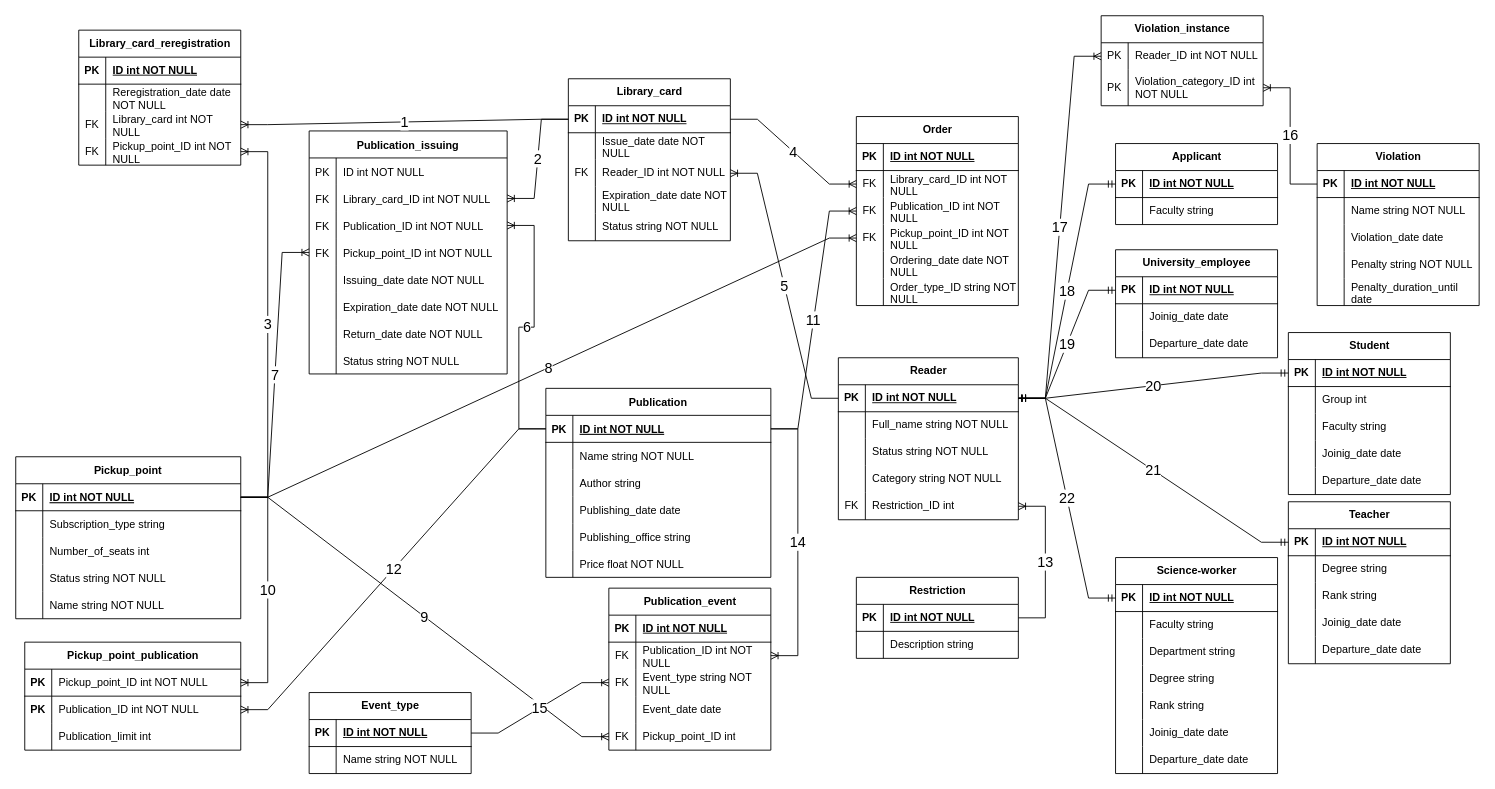
This is university_library_project/er-model.drawio from helttek/nsu, a draw.io file, before an edit. Source tidied: cells renumbered, new cells numbered last; positions are measured from the earlier drawing's top-left corner, leaving out a move shared by most shapes. Both pictures are drawn from the tidied source at 90%, with x=0, y=0 at pixel (15, 15).
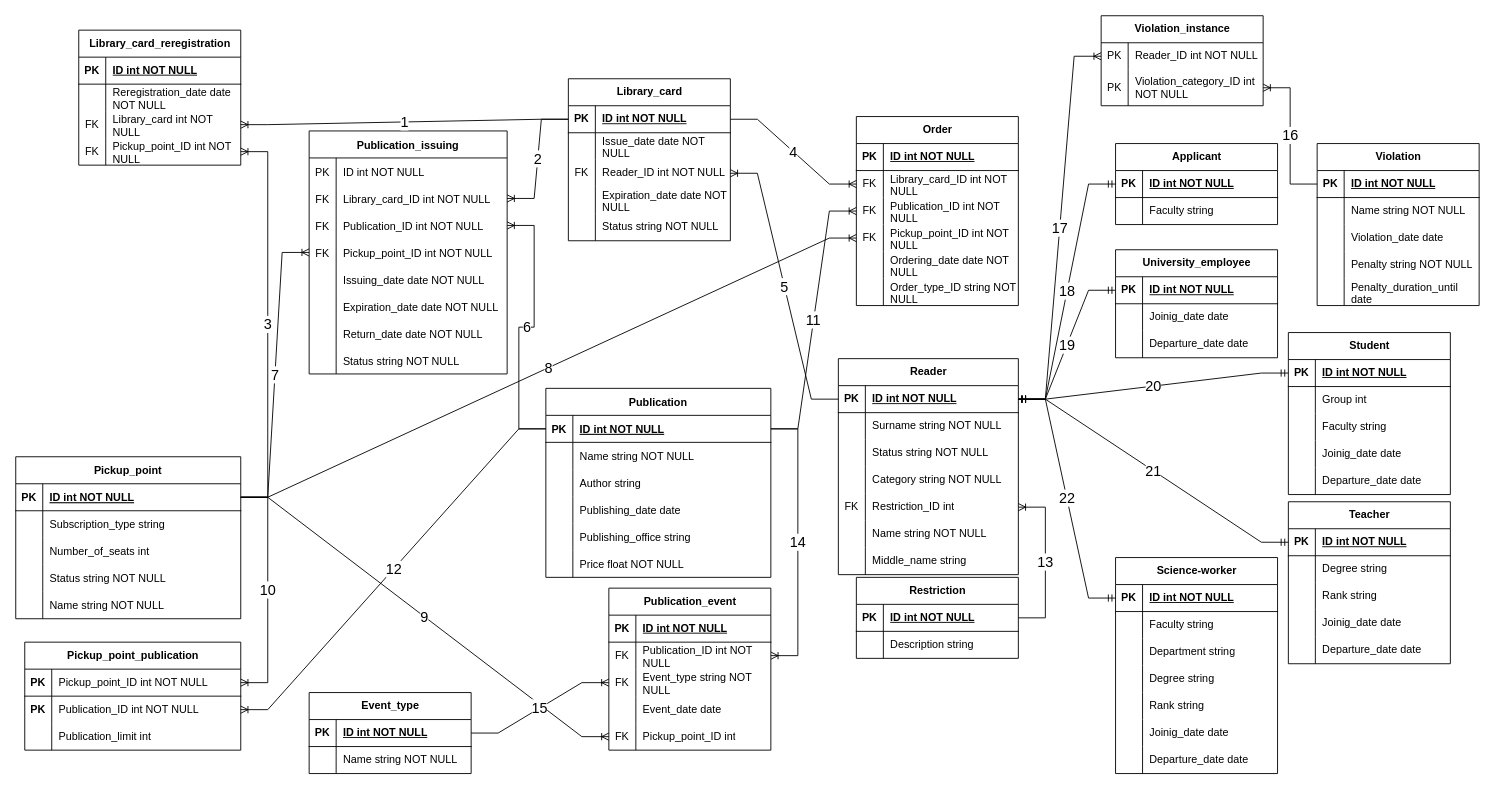
The same diagram, later.

Commit message (it also covers changes not shown here):
er-model update: broke apart Full name into name, surname and middle name in reader table

The change refers to these unchanged cells:
```xml
<mxCell id="66" style="shape=tableRow;horizontal=0;startSize=0;swimlaneHead=0;swimlaneBody=0;fillColor=none;top=0;left=0;right=0;bottom=0;" parent="62" vertex="1">
  <mxGeometry y="60" width="200" height="30" as="geometry" />
</mxCell>
```

What changed in the source:
```diff
@@
     <mxCell id="62" value="Reader" style="shape=table;startSize=30;childLayout=tableLayout;rowLines=0;fontStyle=1;align=center;html=1;" parent="1" vertex="1">
-      <mxGeometry x="914" y="380" width="200" height="180" as="geometry" />
+      <mxGeometry x="914" y="381" width="200" height="240" as="geometry" />
     </mxCell>
@@
-    <mxCell id="68" value="Full_name string NOT NULL" style="shape=partialRectangle;fillColor=none;top=0;left=0;bottom=0;right=0;align=left;spacingLeft=6;overflow=hidden;whiteSpace=wrap;html=1;" parent="66" vertex="1">
+    <mxCell id="68" value="Surname string NOT NULL" style="shape=partialRectangle;fillColor=none;top=0;left=0;bottom=0;right=0;align=left;spacingLeft=6;overflow=hidden;whiteSpace=wrap;html=1;" parent="66" vertex="1">
       <mxGeometry x="30" width="170" height="30" as="geometry" />
     </mxCell>
@@
+    <mxCell id="282" style="shape=tableRow;horizontal=0;startSize=0;swimlaneHead=0;swimlaneBody=0;fillColor=none;top=0;left=0;right=0;bottom=0;" parent="62" vertex="1">
+      <mxGeometry y="180" width="200" height="30" as="geometry" />
+    </mxCell>
+    <mxCell id="283" style="shape=partialRectangle;fillColor=none;top=0;left=0;bottom=0;right=0;overflow=hidden;whiteSpace=wrap;html=1;" parent="282" vertex="1">
+      <mxGeometry width="30" height="30" as="geometry" />
+    </mxCell>
+    <mxCell id="284" value="Name string NOT NULL" style="shape=partialRectangle;fillColor=none;top=0;left=0;bottom=0;right=0;align=left;spacingLeft=6;overflow=hidden;whiteSpace=wrap;html=1;" parent="282" vertex="1">
+      <mxGeometry x="30" width="170" height="30" as="geometry" />
+    </mxCell>
+    <mxCell id="285" style="shape=tableRow;horizontal=0;startSize=0;swimlaneHead=0;swimlaneBody=0;fillColor=none;top=0;left=0;right=0;bottom=0;" parent="62" vertex="1">
+      <mxGeometry y="210" width="200" height="30" as="geometry" />
+    </mxCell>
+    <mxCell id="286" style="shape=partialRectangle;fillColor=none;top=0;left=0;bottom=0;right=0;overflow=hidden;whiteSpace=wrap;html=1;" parent="285" vertex="1">
+      <mxGeometry width="30" height="30" as="geometry" />
+    </mxCell>
+    <mxCell id="287" value="Middle_name string" style="shape=partialRectangle;fillColor=none;top=0;left=0;bottom=0;right=0;align=left;spacingLeft=6;overflow=hidden;whiteSpace=wrap;html=1;" parent="285" vertex="1">
+      <mxGeometry x="30" width="170" height="30" as="geometry" />
+    </mxCell>
```
